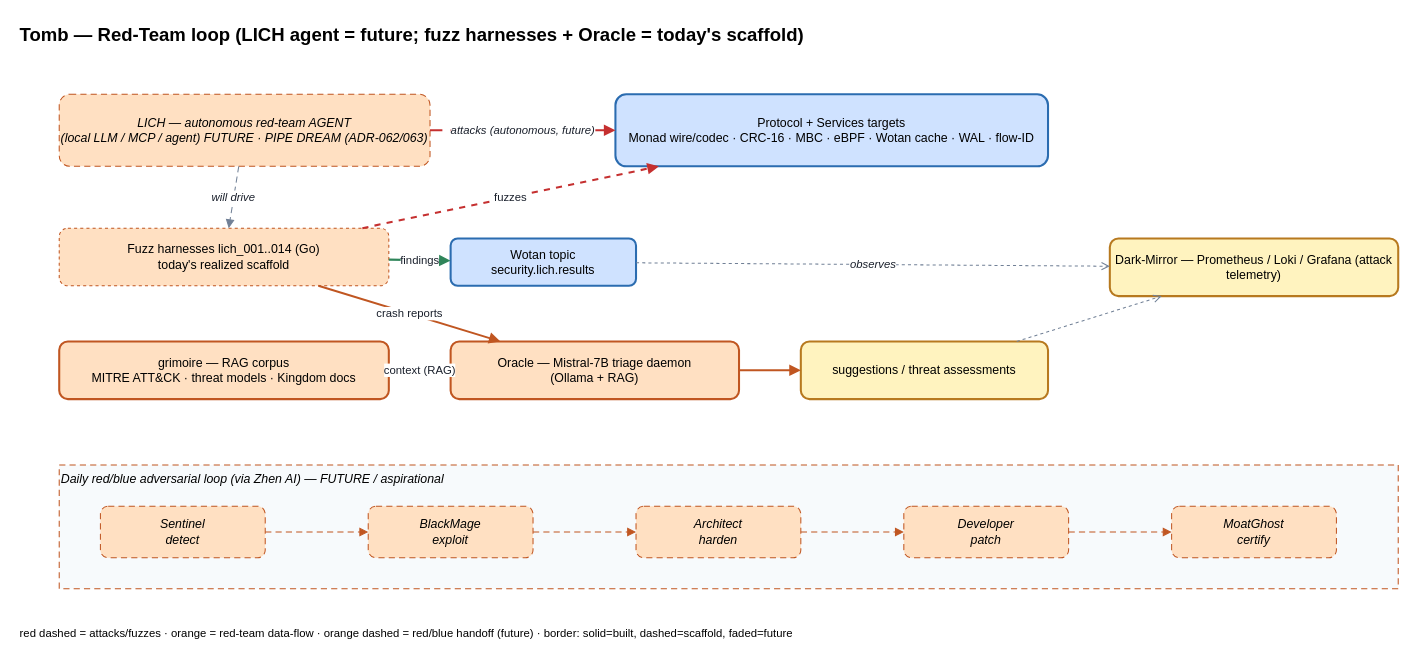
Above: page "5 · Tomb / Red-Team" (5 of 6) of docs/architecture/service-ontology.drawio in unheaded/unheaded (draw.io), before the change. Source tidied: cells renumbered, new cells numbered last; positions are measured from the earlier drawing's top-left corner, leaving out a move shared by most shapes. Both pictures are drawn from the tidied source at 103%, with x=0, y=0 at pixel (18, 18).
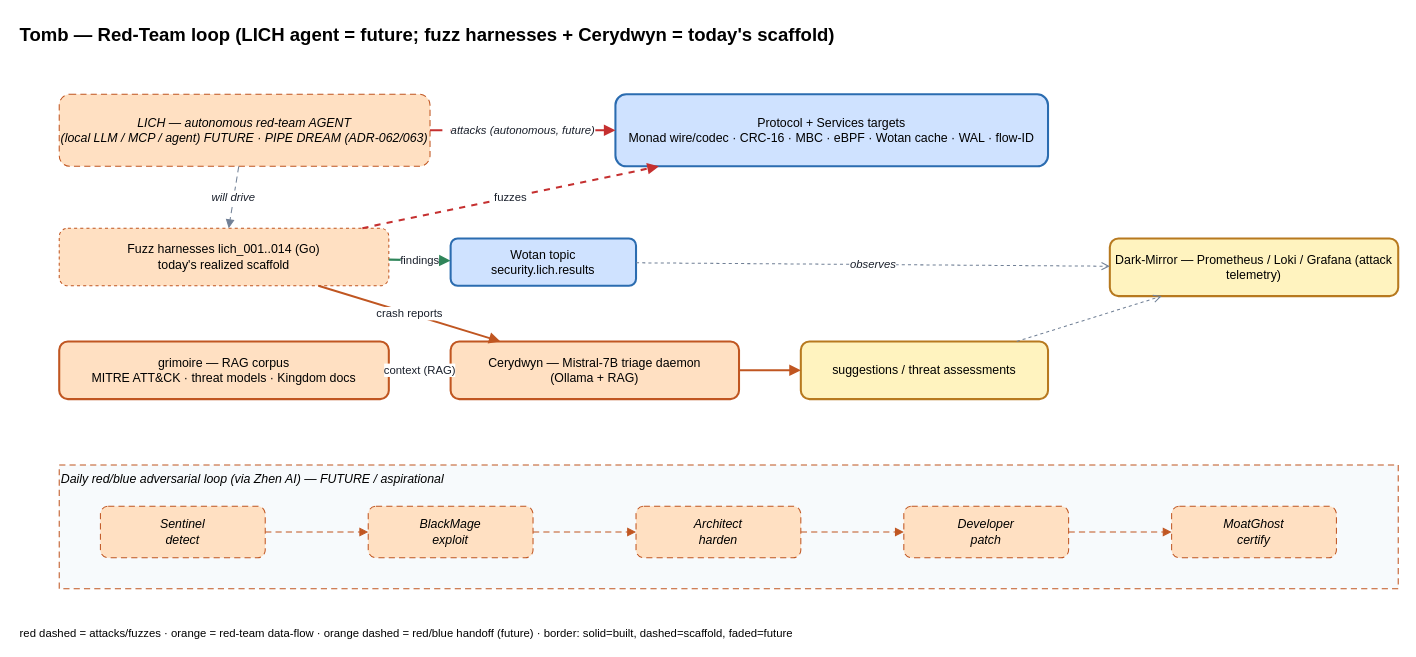
The same page after the edit.

The edit, as a diff of the source:
```diff
@@
-    <mxCell id="2" value="Tomb — Red-Team loop (LICH agent = future; fuzz harnesses + Oracle = today's scaffold)" style="text;html=1;fontSize=18;fontStyle=1;" parent="1" vertex="1">
+    <mxCell id="2" value="Tomb — Red-Team loop (LICH agent = future; fuzz harnesses + Cerydwyn = today's scaffold)" style="text;html=1;fontSize=18;fontStyle=1;" parent="1" vertex="1">
       <mxGeometry width="1300" height="30" as="geometry" />
     </mxCell>
@@
-    <mxCell id="12" value="Oracle — Mistral-7B triage daemon&#10;(Ollama + RAG)" style="rounded=1;whiteSpace=wrap;html=1;fillColor=#ffe0c2;strokeColor=#c05621;strokeWidth=2;" parent="1" vertex="1">
+    <mxCell id="12" value="Cerydwyn — Mistral-7B triage daemon&#10;(Ollama + RAG)" style="rounded=1;whiteSpace=wrap;html=1;fillColor=#ffe0c2;strokeColor=#c05621;strokeWidth=2;" parent="1" vertex="1">
       <mxGeometry x="420" y="314" width="280" height="56" as="geometry" />
     </mxCell>
```
